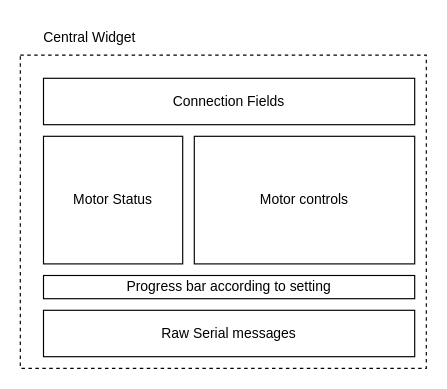
Earlier version of the draw.io diagram page "GUI" (4 of 4) of design/block_diagram.drawio (Wauro21/SMC). Source tidied: cells renumbered, new cells numbered last; positions are measured from the earlier drawing's top-left corner, leaving out a move shared by most shapes. Both pictures are drawn from the tidied source at 116%, with x=0, y=0 at pixel (20, 20).
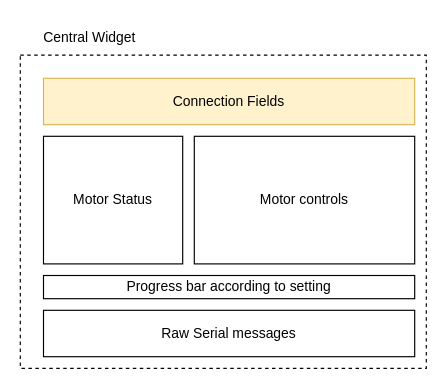
After the change.

What changed in the source:
```diff
@@
 <mxGraphModel>
   <root>
     <mxCell id="0" />
     <mxCell id="1" parent="0" />
     <mxCell id="2" style="rounded=0;whiteSpace=wrap;html=1;dashed=1;" parent="1" vertex="1">
       <mxGeometry y="30" width="350" height="270" as="geometry" />
     </mxCell>
-    <mxCell id="3" value="Connection Fields" style="rounded=0;whiteSpace=wrap;html=1;" parent="1" vertex="1">
+    <mxCell id="3" value="Connection Fields" style="rounded=0;whiteSpace=wrap;html=1;fillColor=#fff2cc;strokeColor=#d6b656;" parent="1" vertex="1">
       <mxGeometry x="20" y="50" width="320" height="40" as="geometry" />
     </mxCell>
     <mxCell id="4" value="Motor Status" style="rounded=0;whiteSpace=wrap;html=1;" parent="1" vertex="1">
       <mxGeometry x="20" y="100" width="120" height="110" as="geometry" />
     </mxCell>
     <mxCell id="5" value="Progress bar according to setting" style="rounded=0;whiteSpace=wrap;html=1;" parent="1" vertex="1">
       <mxGeometry x="20" y="220" width="320" height="20" as="geometry" />
     </mxCell>
     <mxCell id="6" value="Raw Serial messages" style="rounded=0;whiteSpace=wrap;html=1;" parent="1" vertex="1">
       <mxGeometry x="20" y="250" width="320" height="40" as="geometry" />
     </mxCell>
     <mxCell id="7" value="Motor controls" style="rounded=0;whiteSpace=wrap;html=1;" parent="1" vertex="1">
       <mxGeometry x="150" y="100" width="190" height="110" as="geometry" />
     </mxCell>
     <mxCell id="8" value="Central Widget" style="text;html=1;strokeColor=none;fillColor=none;align=center;verticalAlign=middle;whiteSpace=wrap;rounded=0;" parent="1" vertex="1">
       <mxGeometry x="10" width="100" height="30" as="geometry" />
     </mxCell>
   </root>
 </mxGraphModel>
```
